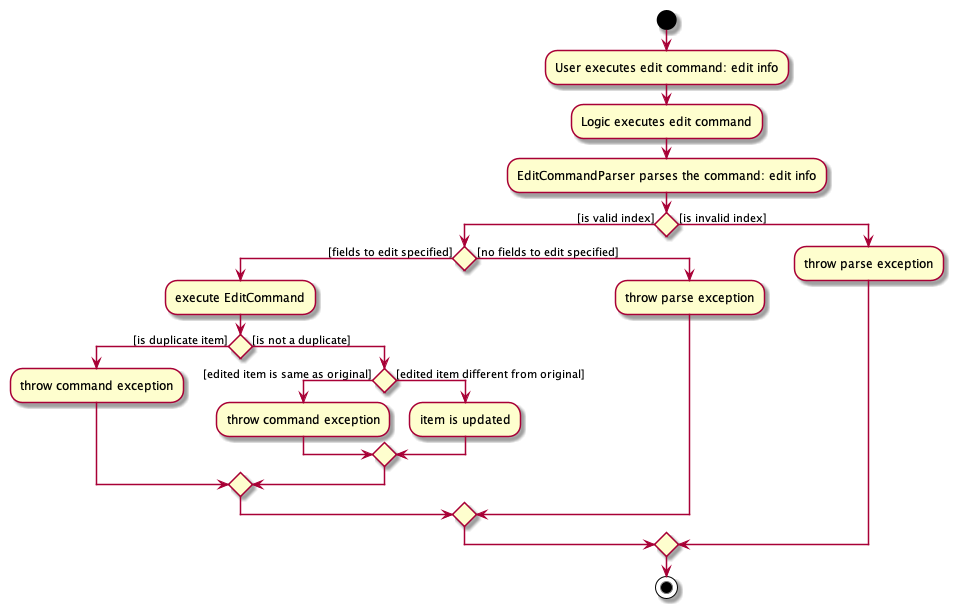
Earlier version of the PlantUML export docs/images/implementation/ActivityDiagram/EditCommandActivityDiagram.png (nus-cs2103-AY2021S1/tp). Its diagram source:
```plantuml
@startuml
start
:User executes edit command: edit info;
:Logic executes edit command;
:EditCommandParser parses the command: edit info;

if () then ([is valid index])


    if () then ([fields to edit specified])
    :execute EditCommand;

        if () then ([is duplicate item])
        :throw command exception;

        else ([is not a duplicate])

            if () then ([edited item is same as original])
            :throw command exception;
            else ([edited item different from original])
            :item is updated;
            endif

        endif

    else ([no fields to edit specified])
    :throw parse exception;
    endif

else ([is invalid index])
    :throw parse exception;

endif
stop

@enduml
```
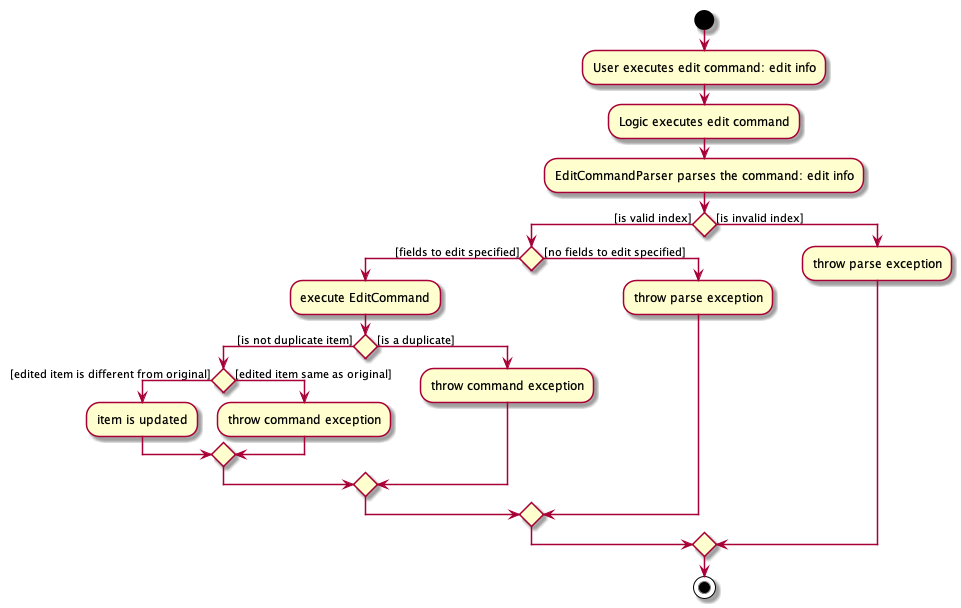
Later version of the same file.

The edit, as a diff of the source:
```diff
@@ -10,16 +10,15 @@
     if () then ([fields to edit specified])
     :execute EditCommand;
 
-        if () then ([is duplicate item])
+        if () then ([is not duplicate item])
+            if () then ([edited item is different from original])
+            :item is updated;
+            else ([edited item same as original])
+            :throw command exception;
+            endif
+
+        else ([is a duplicate])
         :throw command exception;
-
-        else ([is not a duplicate])
-
-            if () then ([edited item is same as original])
-            :throw command exception;
-            else ([edited item different from original])
-            :item is updated;
-            endif
 
         endif
 
```
